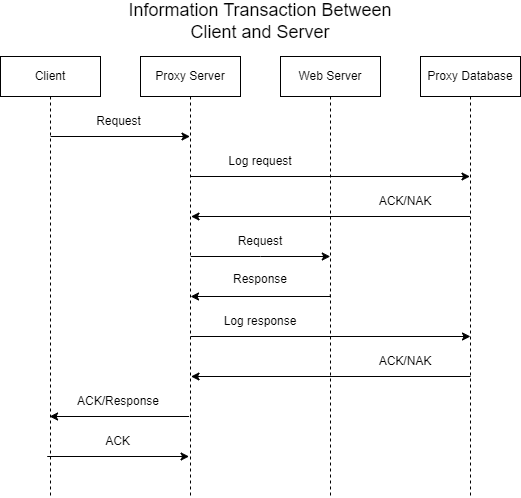
The draw.io diagram projectBook/communication.drawio.png in CraftMaster07/CyberProject, before a commit. Source tidied: cells renumbered, new cells last; positions are measured from the earlier drawing's top-left corner, leaving out a move shared by most shapes. Its diagram source:
```xml
<mxGraphModel>
  <root>
    <mxCell id="0" />
    <mxCell id="1" parent="0" />
    <mxCell id="2" value="Client" style="shape=umlLifeline;perimeter=lifelinePerimeter;whiteSpace=wrap;html=1;newEdgeStyle={&quot;edgeStyle&quot;:&quot;elbowEdgeStyle&quot;,&quot;elbow&quot;:&quot;vertical&quot;,&quot;curved&quot;:0,&quot;rounded&quot;:0};" parent="1" vertex="1">
      <mxGeometry y="50" width="100" height="440" as="geometry" />
    </mxCell>
    <mxCell id="3" style="edgeStyle=elbowEdgeStyle;rounded=0;orthogonalLoop=1;jettySize=auto;html=1;elbow=vertical;curved=0;" parent="1" edge="1">
      <mxGeometry relative="1" as="geometry">
        <mxPoint x="190.2" y="250" as="sourcePoint" />
        <mxPoint x="329.8" y="250" as="targetPoint" />
        <Array as="points">
          <mxPoint x="260" y="250" />
        </Array>
      </mxGeometry>
    </mxCell>
    <mxCell id="4" value="Proxy Server" style="shape=umlLifeline;perimeter=lifelinePerimeter;whiteSpace=wrap;html=1;outlineConnect=0;portConstraint=eastwest;newEdgeStyle={&quot;edgeStyle&quot;:&quot;elbowEdgeStyle&quot;,&quot;elbow&quot;:&quot;vertical&quot;,&quot;curved&quot;:0,&quot;rounded&quot;:0};" parent="1" vertex="1">
      <mxGeometry x="140" y="50" width="100" height="440" as="geometry" />
    </mxCell>
    <mxCell id="5" value="Proxy Database" style="shape=umlLifeline;perimeter=lifelinePerimeter;whiteSpace=wrap;html=1;outlineConnect=0;portConstraint=eastwest;newEdgeStyle={&quot;edgeStyle&quot;:&quot;elbowEdgeStyle&quot;,&quot;elbow&quot;:&quot;vertical&quot;,&quot;curved&quot;:0,&quot;rounded&quot;:0};" parent="1" vertex="1">
      <mxGeometry x="420" y="50" width="100" height="440" as="geometry" />
    </mxCell>
    <mxCell id="6" style="endArrow=classic;html=1;rounded=0;" parent="1" edge="1">
      <mxGeometry relative="1" as="geometry">
        <mxPoint x="50.1" y="130" as="sourcePoint" />
        <mxPoint x="189.5" y="130" as="targetPoint" />
      </mxGeometry>
    </mxCell>
    <mxCell id="7" value="Request" style="text;html=1;align=center;verticalAlign=middle;strokeColor=none;fillColor=none;" parent="1" vertex="1">
      <mxGeometry x="82.6" y="100" width="70" height="30" as="geometry" />
    </mxCell>
    <mxCell id="8" style="endArrow=classic;html=1;rounded=0;" parent="1" edge="1">
      <mxGeometry relative="1" as="geometry">
        <mxPoint x="188.6" y="410" as="sourcePoint" />
        <mxPoint x="49.1" y="410" as="targetPoint" />
      </mxGeometry>
    </mxCell>
    <mxCell id="9" value="ACK/Response" style="text;html=1;strokeColor=none;fillColor=none;align=center;verticalAlign=middle;whiteSpace=wrap;rounded=0;" parent="1" vertex="1">
      <mxGeometry x="87.6" y="380" width="60" height="30" as="geometry" />
    </mxCell>
    <mxCell id="10" style="endArrow=classic;html=1;rounded=0;" parent="1" edge="1">
      <mxGeometry relative="1" as="geometry">
        <mxPoint x="46.7" y="450" as="sourcePoint" />
        <mxPoint x="188.6" y="450" as="targetPoint" />
      </mxGeometry>
    </mxCell>
    <mxCell id="11" value="ACK" style="text;html=1;align=center;verticalAlign=middle;strokeColor=none;fillColor=none;" parent="1" vertex="1">
      <mxGeometry x="95.7" y="422" width="43" height="26" as="geometry" />
    </mxCell>
    <mxCell id="12" style="endArrow=classic;html=1;rounded=0;" parent="1" edge="1" target="5">
      <mxGeometry relative="1" as="geometry">
        <mxPoint x="190" y="170" as="sourcePoint" />
      </mxGeometry>
    </mxCell>
    <mxCell id="13" value="Log request" style="text;html=1;strokeColor=none;fillColor=none;align=center;verticalAlign=middle;whiteSpace=wrap;rounded=0;" parent="1" vertex="1">
      <mxGeometry x="200" y="140" width="120" height="30" as="geometry" />
    </mxCell>
    <mxCell id="14" style="endArrow=classic;html=1;rounded=0;" parent="1" edge="1" source="5">
      <mxGeometry relative="1" as="geometry">
        <mxPoint x="190.5" y="210" as="targetPoint" />
      </mxGeometry>
    </mxCell>
    <mxCell id="15" value="ACK/NAK" style="text;html=1;strokeColor=none;fillColor=none;align=center;verticalAlign=middle;whiteSpace=wrap;rounded=0;" parent="1" vertex="1">
      <mxGeometry x="370" y="180" width="70" height="30" as="geometry" />
    </mxCell>
    <mxCell id="16" value="&lt;font style=&quot;font-size: 18px;&quot;&gt;Information Transaction Between Client and Server&lt;/font&gt;" style="text;html=1;strokeColor=none;fillColor=none;align=center;verticalAlign=middle;whiteSpace=wrap;rounded=0;" parent="1" vertex="1">
      <mxGeometry x="125" width="270" height="30" as="geometry" />
    </mxCell>
    <mxCell id="17" value="Web Server" style="shape=umlLifeline;perimeter=lifelinePerimeter;whiteSpace=wrap;html=1;newEdgeStyle={&quot;edgeStyle&quot;:&quot;elbowEdgeStyle&quot;,&quot;elbow&quot;:&quot;vertical&quot;,&quot;curved&quot;:0,&quot;rounded&quot;:0};" parent="1" vertex="1">
      <mxGeometry x="280" y="50" width="100" height="440" as="geometry" />
    </mxCell>
    <mxCell id="18" value="Request" style="text;html=1;strokeColor=none;fillColor=none;align=center;verticalAlign=middle;whiteSpace=wrap;rounded=0;" parent="1" vertex="1">
      <mxGeometry x="200" y="220" width="120" height="30" as="geometry" />
    </mxCell>
    <mxCell id="19" style="edgeStyle=elbowEdgeStyle;rounded=0;jettySize=auto;html=1;elbow=vertical;curved=0;" parent="1" edge="1" target="4">
      <mxGeometry relative="1" as="geometry">
        <mxPoint x="329.8" y="288" as="sourcePoint" />
        <Array as="points">
          <mxPoint x="270" y="290" />
        </Array>
      </mxGeometry>
    </mxCell>
    <mxCell id="20" value="Response" style="text;html=1;strokeColor=none;fillColor=none;align=center;verticalAlign=middle;whiteSpace=wrap;rounded=0;" parent="1" vertex="1">
      <mxGeometry x="200" y="258" width="120" height="30" as="geometry" />
    </mxCell>
    <mxCell id="21" style="endArrow=classic;html=1;rounded=0;" parent="1" edge="1">
      <mxGeometry relative="1" as="geometry">
        <mxPoint x="190" y="330" as="sourcePoint" />
        <mxPoint x="470" y="330" as="targetPoint" />
      </mxGeometry>
    </mxCell>
    <mxCell id="22" value="Log response" style="text;html=1;strokeColor=none;fillColor=none;align=center;verticalAlign=middle;whiteSpace=wrap;rounded=0;" parent="1" vertex="1">
      <mxGeometry x="200" y="300" width="120" height="30" as="geometry" />
    </mxCell>
    <mxCell id="23" style="endArrow=classic;html=1;rounded=0;" parent="1" edge="1">
      <mxGeometry relative="1" as="geometry">
        <mxPoint x="470" y="370" as="sourcePoint" />
        <mxPoint x="190.5" y="370" as="targetPoint" />
      </mxGeometry>
    </mxCell>
    <mxCell id="24" value="ACK/NAK" style="text;html=1;strokeColor=none;fillColor=none;align=center;verticalAlign=middle;whiteSpace=wrap;rounded=0;" parent="1" vertex="1">
      <mxGeometry x="370" y="340" width="70" height="30" as="geometry" />
    </mxCell>
  </root>
</mxGraphModel>
```
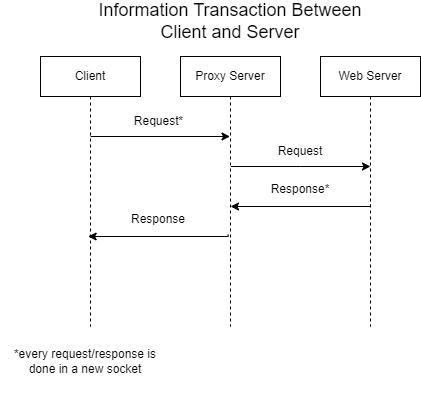
After the commit.

Change to the diagram source:
```diff
@@ -3,103 +3,64 @@
     <mxCell id="0" />
     <mxCell id="1" parent="0" />
     <mxCell id="2" value="Client" style="shape=umlLifeline;perimeter=lifelinePerimeter;whiteSpace=wrap;html=1;newEdgeStyle={&quot;edgeStyle&quot;:&quot;elbowEdgeStyle&quot;,&quot;elbow&quot;:&quot;vertical&quot;,&quot;curved&quot;:0,&quot;rounded&quot;:0};" parent="1" vertex="1">
-      <mxGeometry y="50" width="100" height="440" as="geometry" />
+      <mxGeometry y="50" width="100" height="270" as="geometry" />
     </mxCell>
     <mxCell id="3" style="edgeStyle=elbowEdgeStyle;rounded=0;orthogonalLoop=1;jettySize=auto;html=1;elbow=vertical;curved=0;" parent="1" edge="1">
       <mxGeometry relative="1" as="geometry">
-        <mxPoint x="190.2" y="250" as="sourcePoint" />
-        <mxPoint x="329.8" y="250" as="targetPoint" />
+        <mxPoint x="190.4" y="160" as="sourcePoint" />
+        <mxPoint x="330" y="160" as="targetPoint" />
         <Array as="points">
-          <mxPoint x="260" y="250" />
+          <mxPoint x="260.2" y="160" />
         </Array>
       </mxGeometry>
     </mxCell>
     <mxCell id="4" value="Proxy Server" style="shape=umlLifeline;perimeter=lifelinePerimeter;whiteSpace=wrap;html=1;outlineConnect=0;portConstraint=eastwest;newEdgeStyle={&quot;edgeStyle&quot;:&quot;elbowEdgeStyle&quot;,&quot;elbow&quot;:&quot;vertical&quot;,&quot;curved&quot;:0,&quot;rounded&quot;:0};" parent="1" vertex="1">
-      <mxGeometry x="140" y="50" width="100" height="440" as="geometry" />
+      <mxGeometry x="140" y="50" width="100" height="270" as="geometry" />
     </mxCell>
-    <mxCell id="5" value="Proxy Database" style="shape=umlLifeline;perimeter=lifelinePerimeter;whiteSpace=wrap;html=1;outlineConnect=0;portConstraint=eastwest;newEdgeStyle={&quot;edgeStyle&quot;:&quot;elbowEdgeStyle&quot;,&quot;elbow&quot;:&quot;vertical&quot;,&quot;curved&quot;:0,&quot;rounded&quot;:0};" parent="1" vertex="1">
-      <mxGeometry x="420" y="50" width="100" height="440" as="geometry" />
-    </mxCell>
     <mxCell id="6" style="endArrow=classic;html=1;rounded=0;" parent="1" edge="1">
       <mxGeometry relative="1" as="geometry">
         <mxPoint x="50.1" y="130" as="sourcePoint" />
         <mxPoint x="189.5" y="130" as="targetPoint" />
       </mxGeometry>
     </mxCell>
-    <mxCell id="7" value="Request" style="text;html=1;align=center;verticalAlign=middle;strokeColor=none;fillColor=none;" parent="1" vertex="1">
+    <mxCell id="7" value="Request*" style="text;html=1;align=center;verticalAlign=middle;strokeColor=none;fillColor=none;" parent="1" vertex="1">
       <mxGeometry x="82.6" y="100" width="70" height="30" as="geometry" />
     </mxCell>
-    <mxCell id="8" style="endArrow=classic;html=1;rounded=0;" parent="1" edge="1">
-      <mxGeometry relative="1" as="geometry">
-        <mxPoint x="188.6" y="410" as="sourcePoint" />
-        <mxPoint x="49.1" y="410" as="targetPoint" />
-      </mxGeometry>
-    </mxCell>
-    <mxCell id="9" value="ACK/Response" style="text;html=1;strokeColor=none;fillColor=none;align=center;verticalAlign=middle;whiteSpace=wrap;rounded=0;" parent="1" vertex="1">
-      <mxGeometry x="87.6" y="380" width="60" height="30" as="geometry" />
-    </mxCell>
-    <mxCell id="10" style="endArrow=classic;html=1;rounded=0;" parent="1" edge="1">
-      <mxGeometry relative="1" as="geometry">
-        <mxPoint x="46.7" y="450" as="sourcePoint" />
-        <mxPoint x="188.6" y="450" as="targetPoint" />
-      </mxGeometry>
-    </mxCell>
-    <mxCell id="11" value="ACK" style="text;html=1;align=center;verticalAlign=middle;strokeColor=none;fillColor=none;" parent="1" vertex="1">
-      <mxGeometry x="95.7" y="422" width="43" height="26" as="geometry" />
-    </mxCell>
-    <mxCell id="12" style="endArrow=classic;html=1;rounded=0;" parent="1" edge="1" target="5">
-      <mxGeometry relative="1" as="geometry">
-        <mxPoint x="190" y="170" as="sourcePoint" />
-      </mxGeometry>
-    </mxCell>
-    <mxCell id="13" value="Log request" style="text;html=1;strokeColor=none;fillColor=none;align=center;verticalAlign=middle;whiteSpace=wrap;rounded=0;" parent="1" vertex="1">
-      <mxGeometry x="200" y="140" width="120" height="30" as="geometry" />
-    </mxCell>
-    <mxCell id="14" style="endArrow=classic;html=1;rounded=0;" parent="1" edge="1" source="5">
-      <mxGeometry relative="1" as="geometry">
-        <mxPoint x="190.5" y="210" as="targetPoint" />
-      </mxGeometry>
-    </mxCell>
-    <mxCell id="15" value="ACK/NAK" style="text;html=1;strokeColor=none;fillColor=none;align=center;verticalAlign=middle;whiteSpace=wrap;rounded=0;" parent="1" vertex="1">
-      <mxGeometry x="370" y="180" width="70" height="30" as="geometry" />
-    </mxCell>
     <mxCell id="16" value="&lt;font style=&quot;font-size: 18px;&quot;&gt;Information Transaction Between Client and Server&lt;/font&gt;" style="text;html=1;strokeColor=none;fillColor=none;align=center;verticalAlign=middle;whiteSpace=wrap;rounded=0;" parent="1" vertex="1">
-      <mxGeometry x="125" width="270" height="30" as="geometry" />
+      <mxGeometry x="55" width="270" height="30" as="geometry" />
     </mxCell>
     <mxCell id="17" value="Web Server" style="shape=umlLifeline;perimeter=lifelinePerimeter;whiteSpace=wrap;html=1;newEdgeStyle={&quot;edgeStyle&quot;:&quot;elbowEdgeStyle&quot;,&quot;elbow&quot;:&quot;vertical&quot;,&quot;curved&quot;:0,&quot;rounded&quot;:0};" parent="1" vertex="1">
-      <mxGeometry x="280" y="50" width="100" height="440" as="geometry" />
+      <mxGeometry x="280" y="50" width="100" height="270" as="geometry" />
     </mxCell>
     <mxCell id="18" value="Request" style="text;html=1;strokeColor=none;fillColor=none;align=center;verticalAlign=middle;whiteSpace=wrap;rounded=0;" parent="1" vertex="1">
-      <mxGeometry x="200" y="220" width="120" height="30" as="geometry" />
+      <mxGeometry x="200.2" y="130" width="120" height="30" as="geometry" />
     </mxCell>
-    <mxCell id="19" style="edgeStyle=elbowEdgeStyle;rounded=0;jettySize=auto;html=1;elbow=vertical;curved=0;" parent="1" edge="1" target="4">
+    <mxCell id="19" style="edgeStyle=elbowEdgeStyle;rounded=0;orthogonalLoop=1;jettySize=auto;html=1;elbow=vertical;curved=0;" parent="1" edge="1">
       <mxGeometry relative="1" as="geometry">
-        <mxPoint x="329.8" y="288" as="sourcePoint" />
+        <mxPoint x="330" y="198" as="sourcePoint" />
+        <mxPoint x="190" y="200" as="targetPoint" />
         <Array as="points">
-          <mxPoint x="270" y="290" />
+          <mxPoint x="270.2" y="200" />
         </Array>
       </mxGeometry>
     </mxCell>
-    <mxCell id="20" value="Response" style="text;html=1;strokeColor=none;fillColor=none;align=center;verticalAlign=middle;whiteSpace=wrap;rounded=0;" parent="1" vertex="1">
-      <mxGeometry x="200" y="258" width="120" height="30" as="geometry" />
+    <mxCell id="20" value="Response*" style="text;html=1;strokeColor=none;fillColor=none;align=center;verticalAlign=middle;whiteSpace=wrap;rounded=0;" parent="1" vertex="1">
+      <mxGeometry x="200.2" y="168" width="120" height="30" as="geometry" />
     </mxCell>
-    <mxCell id="21" style="endArrow=classic;html=1;rounded=0;" parent="1" edge="1">
-      <mxGeometry relative="1" as="geometry">
-        <mxPoint x="190" y="330" as="sourcePoint" />
-        <mxPoint x="470" y="330" as="targetPoint" />
-      </mxGeometry>
-    </mxCell>
-    <mxCell id="22" value="Log response" style="text;html=1;strokeColor=none;fillColor=none;align=center;verticalAlign=middle;whiteSpace=wrap;rounded=0;" parent="1" vertex="1">
-      <mxGeometry x="200" y="300" width="120" height="30" as="geometry" />
-    </mxCell>
-    <mxCell id="23" style="endArrow=classic;html=1;rounded=0;" parent="1" edge="1">
-      <mxGeometry relative="1" as="geometry">
-        <mxPoint x="470" y="370" as="sourcePoint" />
-        <mxPoint x="190.5" y="370" as="targetPoint" />
-      </mxGeometry>
-    </mxCell>
-    <mxCell id="24" value="ACK/NAK" style="text;html=1;strokeColor=none;fillColor=none;align=center;verticalAlign=middle;whiteSpace=wrap;rounded=0;" parent="1" vertex="1">
-      <mxGeometry x="370" y="340" width="70" height="30" as="geometry" />
-    </mxCell>
+    <mxCell id="25" style="edgeStyle=elbowEdgeStyle;rounded=0;orthogonalLoop=1;jettySize=auto;html=1;elbow=vertical;curved=0;" parent="1" edge="1">
+      <mxGeometry relative="1" as="geometry">
+        <mxPoint x="187.6" y="228" as="sourcePoint" />
+        <mxPoint x="47.7" y="230" as="targetPoint" />
+        <Array as="points">
+          <mxPoint x="127.8" y="230" />
+        </Array>
+      </mxGeometry>
+    </mxCell>
+    <mxCell id="26" value="Response" style="text;html=1;strokeColor=none;fillColor=none;align=center;verticalAlign=middle;whiteSpace=wrap;rounded=0;" parent="1" vertex="1">
+      <mxGeometry x="57.8" y="198" width="120" height="30" as="geometry" />
+    </mxCell>
+    <mxCell id="27" value="*every request/response is done in a new socket" style="text;html=1;strokeColor=none;fillColor=none;align=center;verticalAlign=middle;whiteSpace=wrap;rounded=0;" parent="1" vertex="1">
+      <mxGeometry x="-40" y="320" width="170" height="70" as="geometry" />
+    </mxCell>
   </root>
 </mxGraphModel>
```
